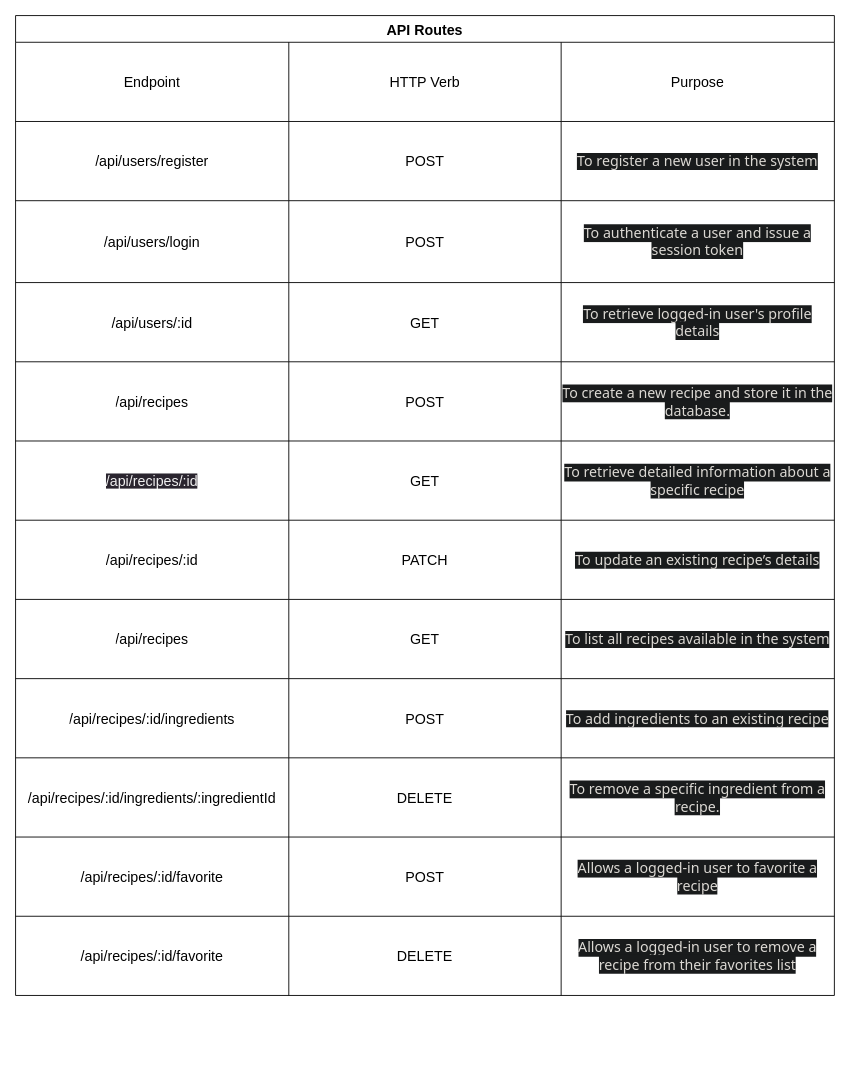
Before: planning/api_routes.drawio in christopherthai/chefmate-ai, a draw.io diagram. Source tidied: cells renumbered, new cells numbered last; positions are measured from the earlier drawing's top-left corner, leaving out a move shared by most shapes. Both pictures are drawn from the tidied source at 89%, with x=0, y=0 at pixel (15, 15).
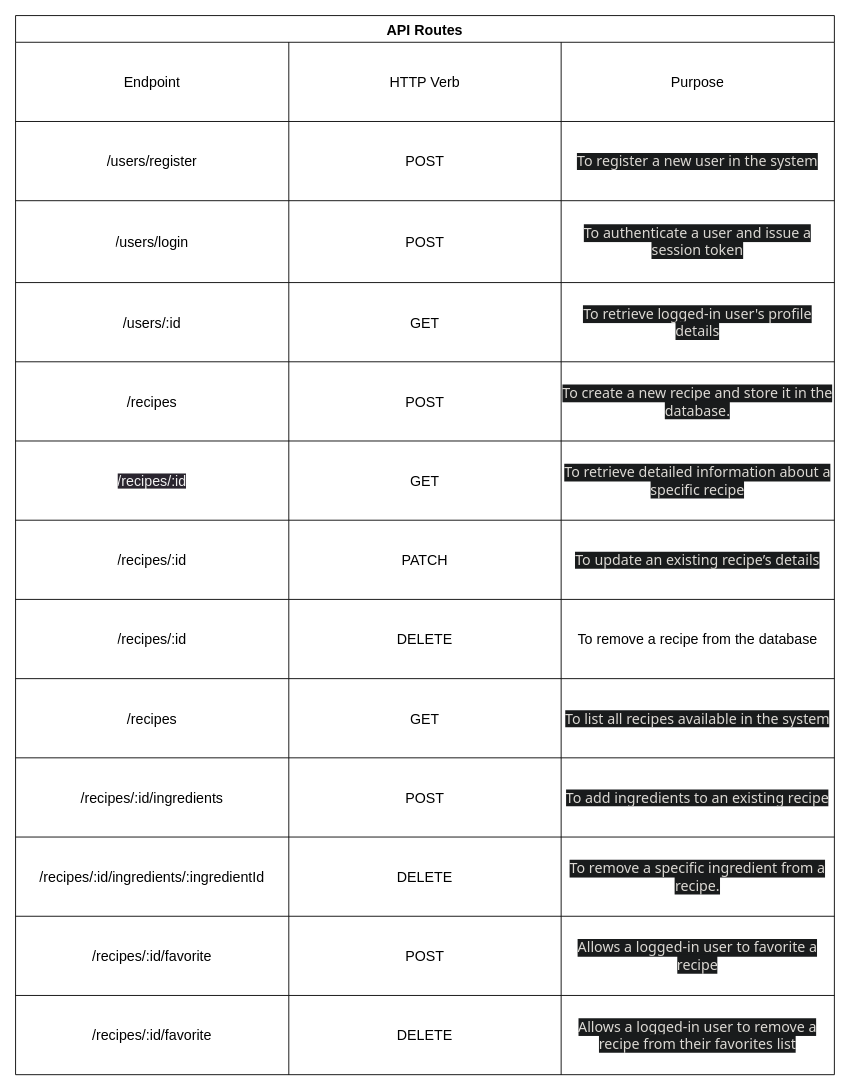
The same diagram, later.

The change refers to these unchanged cells:
```xml
<mxCell id="7" style="shape=tableRow;horizontal=0;startSize=0;swimlaneHead=0;swimlaneBody=0;top=0;left=0;bottom=0;right=0;fillColor=none;" parent="2" vertex="1">
  <mxGeometry y="119" width="920" height="89" as="geometry" />
</mxCell>
<mxCell id="11" style="shape=tableRow;horizontal=0;startSize=0;swimlaneHead=0;swimlaneBody=0;top=0;left=0;bottom=0;right=0;fillColor=none;" parent="2" vertex="1">
  <mxGeometry y="208" width="920" height="92" as="geometry" />
</mxCell>
<mxCell id="15" style="shape=tableRow;horizontal=0;startSize=0;swimlaneHead=0;swimlaneBody=0;top=0;left=0;bottom=0;right=0;fillColor=none;" parent="2" vertex="1">
  <mxGeometry y="300" width="920" height="89" as="geometry" />
</mxCell>
<mxCell id="19" style="shape=tableRow;horizontal=0;startSize=0;swimlaneHead=0;swimlaneBody=0;top=0;left=0;bottom=0;right=0;fillColor=none;" parent="2" vertex="1">
  <mxGeometry y="389" width="920" height="89" as="geometry" />
</mxCell>
<mxCell id="23" style="shape=tableRow;horizontal=0;startSize=0;swimlaneHead=0;swimlaneBody=0;top=0;left=0;bottom=0;right=0;fillColor=none;" parent="2" vertex="1">
  <mxGeometry y="478" width="920" height="89" as="geometry" />
</mxCell>
<mxCell id="27" style="shape=tableRow;horizontal=0;startSize=0;swimlaneHead=0;swimlaneBody=0;top=0;left=0;bottom=0;right=0;fillColor=none;" parent="2" vertex="1">
  <mxGeometry y="567" width="920" height="89" as="geometry" />
</mxCell>
```

The edit, as a diff of the source:
```diff
@@
     <mxCell id="2" value="API Routes" style="shape=table;startSize=30;childLayout=tableLayout;fontStyle=1;align=center;fontSize=16;" parent="1" vertex="1">
-      <mxGeometry width="920" height="1101" as="geometry" />
+      <mxGeometry width="920" height="1190" as="geometry" />
     </mxCell>
@@
-    <mxCell id="8" value="&lt;font style=&quot;font-size: 16px;&quot;&gt;/api/users/register&lt;/font&gt;" style="shape=partialRectangle;html=1;whiteSpace=wrap;fillColor=none;top=0;left=0;bottom=0;right=0;overflow=hidden;" parent="7" vertex="1">
+    <mxCell id="8" value="&lt;font style=&quot;font-size: 16px;&quot;&gt;/users/register&lt;/font&gt;" style="shape=partialRectangle;html=1;whiteSpace=wrap;fillColor=none;top=0;left=0;bottom=0;right=0;overflow=hidden;" parent="7" vertex="1">
       <mxGeometry width="307" height="89" as="geometry" />
     </mxCell>
@@
-    <mxCell id="12" value="&lt;font style=&quot;font-size: 16px;&quot;&gt;/api/users/login&lt;/font&gt;" style="shape=partialRectangle;html=1;whiteSpace=wrap;fillColor=none;top=0;left=0;bottom=0;right=0;overflow=hidden;" parent="11" vertex="1">
+    <mxCell id="12" value="&lt;font style=&quot;font-size: 16px;&quot;&gt;/users/login&lt;/font&gt;" style="shape=partialRectangle;html=1;whiteSpace=wrap;fillColor=none;top=0;left=0;bottom=0;right=0;overflow=hidden;" parent="11" vertex="1">
       <mxGeometry width="307" height="92" as="geometry" />
     </mxCell>
@@
-    <mxCell id="16" value="&lt;font style=&quot;font-size: 16px;&quot;&gt;/api/users/:id&lt;/font&gt;" style="shape=partialRectangle;html=1;whiteSpace=wrap;fillColor=none;top=0;left=0;bottom=0;right=0;overflow=hidden;" parent="15" vertex="1">
+    <mxCell id="16" value="&lt;font style=&quot;font-size: 16px;&quot;&gt;/users/:id&lt;/font&gt;" style="shape=partialRectangle;html=1;whiteSpace=wrap;fillColor=none;top=0;left=0;bottom=0;right=0;overflow=hidden;" parent="15" vertex="1">
       <mxGeometry width="307" height="89" as="geometry" />
     </mxCell>
@@
-    <mxCell id="20" value="&lt;font style=&quot;font-size: 16px;&quot;&gt;/api/recipes&lt;/font&gt;" style="shape=partialRectangle;html=1;whiteSpace=wrap;fillColor=none;top=0;left=0;bottom=0;right=0;overflow=hidden;" parent="19" vertex="1">
+    <mxCell id="20" value="&lt;font style=&quot;font-size: 16px;&quot;&gt;/recipes&lt;/font&gt;" style="shape=partialRectangle;html=1;whiteSpace=wrap;fillColor=none;top=0;left=0;bottom=0;right=0;overflow=hidden;" parent="19" vertex="1">
       <mxGeometry width="307" height="89" as="geometry" />
     </mxCell>
@@
-    <mxCell id="24" value="&lt;span style=&quot;color: rgb(240, 240, 240); font-family: Helvetica; font-size: 16px; font-style: normal; font-variant-ligatures: normal; font-variant-caps: normal; font-weight: 400; letter-spacing: normal; orphans: 2; text-align: center; text-indent: 0px; text-transform: none; widows: 2; word-spacing: 0px; -webkit-text-stroke-width: 0px; background-color: rgb(42, 37, 47); text-decoration-thickness: initial; text-decoration-style: initial; text-decoration-color: initial; float: none; display: inline !important;&quot;&gt;/api/recipes/:id&lt;/span&gt;" style="shape=partialRectangle;html=1;whiteSpace=wrap;fillColor=none;top=0;left=0;bottom=0;right=0;overflow=hidden;" parent="23" vertex="1">
+    <mxCell id="24" value="&lt;span style=&quot;color: rgb(240, 240, 240); font-family: Helvetica; font-size: 16px; font-style: normal; font-variant-ligatures: normal; font-variant-caps: normal; font-weight: 400; letter-spacing: normal; orphans: 2; text-align: center; text-indent: 0px; text-transform: none; widows: 2; word-spacing: 0px; -webkit-text-stroke-width: 0px; background-color: rgb(42, 37, 47); text-decoration-thickness: initial; text-decoration-style: initial; text-decoration-color: initial; float: none; display: inline !important;&quot;&gt;/recipes/:id&lt;/span&gt;" style="shape=partialRectangle;html=1;whiteSpace=wrap;fillColor=none;top=0;left=0;bottom=0;right=0;overflow=hidden;" parent="23" vertex="1">
       <mxGeometry width="307" height="89" as="geometry" />
     </mxCell>
@@
-    <mxCell id="28" value="&lt;span style=&quot;font-size: 16px;&quot;&gt;/api/recipes/:id&lt;/span&gt;" style="shape=partialRectangle;html=1;whiteSpace=wrap;fillColor=none;top=0;left=0;bottom=0;right=0;overflow=hidden;" parent="27" vertex="1">
+    <mxCell id="28" value="&lt;span style=&quot;font-size: 16px;&quot;&gt;/recipes/:id&lt;/span&gt;" style="shape=partialRectangle;html=1;whiteSpace=wrap;fillColor=none;top=0;left=0;bottom=0;right=0;overflow=hidden;" parent="27" vertex="1">
       <mxGeometry width="307" height="89" as="geometry" />
     </mxCell>
@@
+    <mxCell id="51" style="shape=tableRow;horizontal=0;startSize=0;swimlaneHead=0;swimlaneBody=0;top=0;left=0;bottom=0;right=0;fillColor=none;" parent="2" vertex="1">
+      <mxGeometry y="656" width="920" height="89" as="geometry" />
+    </mxCell>
+    <mxCell id="52" value="&lt;span style=&quot;font-size: 16px;&quot;&gt;/recipes/:id&lt;/span&gt;" style="shape=partialRectangle;html=1;whiteSpace=wrap;fillColor=none;top=0;left=0;bottom=0;right=0;overflow=hidden;" parent="51" vertex="1">
+      <mxGeometry width="307" height="89" as="geometry" />
+    </mxCell>
+    <mxCell id="53" value="&lt;span style=&quot;font-size: 16px;&quot;&gt;DELETE&lt;/span&gt;" style="shape=partialRectangle;html=1;whiteSpace=wrap;fillColor=none;top=0;left=0;bottom=0;right=0;overflow=hidden;" parent="51" vertex="1">
+      <mxGeometry x="307" width="306" height="89" as="geometry" />
+    </mxCell>
+    <mxCell id="54" value="&lt;font style=&quot;font-size: 16px;&quot;&gt;To remove a recipe from the database&lt;/font&gt;" style="shape=partialRectangle;html=1;whiteSpace=wrap;fillColor=none;top=0;left=0;bottom=0;right=0;overflow=hidden;" parent="51" vertex="1">
+      <mxGeometry x="613" width="307" height="89" as="geometry" />
+    </mxCell>
     <mxCell id="31" style="shape=tableRow;horizontal=0;startSize=0;swimlaneHead=0;swimlaneBody=0;top=0;left=0;bottom=0;right=0;fillColor=none;" parent="2" vertex="1">
-      <mxGeometry y="656" width="920" height="89" as="geometry" />
+      <mxGeometry y="745" width="920" height="89" as="geometry" />
     </mxCell>
-    <mxCell id="32" value="&lt;span style=&quot;font-size: 16px;&quot;&gt;/api/recipes&lt;/span&gt;" style="shape=partialRectangle;html=1;whiteSpace=wrap;fillColor=none;top=0;left=0;bottom=0;right=0;overflow=hidden;" parent="31" vertex="1">
+    <mxCell id="32" value="&lt;span style=&quot;font-size: 16px;&quot;&gt;/recipes&lt;/span&gt;" style="shape=partialRectangle;html=1;whiteSpace=wrap;fillColor=none;top=0;left=0;bottom=0;right=0;overflow=hidden;" parent="31" vertex="1">
       <mxGeometry width="307" height="89" as="geometry" />
     </mxCell>
@@
     <mxCell id="35" style="shape=tableRow;horizontal=0;startSize=0;swimlaneHead=0;swimlaneBody=0;top=0;left=0;bottom=0;right=0;fillColor=none;" parent="2" vertex="1">
-      <mxGeometry y="745" width="920" height="89" as="geometry" />
+      <mxGeometry y="834" width="920" height="89" as="geometry" />
     </mxCell>
-    <mxCell id="36" value="&lt;span style=&quot;font-size: 16px;&quot;&gt;/api/recipes/:id/ingredients&lt;/span&gt;" style="shape=partialRectangle;html=1;whiteSpace=wrap;fillColor=none;top=0;left=0;bottom=0;right=0;overflow=hidden;" parent="35" vertex="1">
+    <mxCell id="36" value="&lt;span style=&quot;font-size: 16px;&quot;&gt;/recipes/:id/ingredients&lt;/span&gt;" style="shape=partialRectangle;html=1;whiteSpace=wrap;fillColor=none;top=0;left=0;bottom=0;right=0;overflow=hidden;" parent="35" vertex="1">
       <mxGeometry width="307" height="89" as="geometry" />
     </mxCell>
@@
     <mxCell id="39" style="shape=tableRow;horizontal=0;startSize=0;swimlaneHead=0;swimlaneBody=0;top=0;left=0;bottom=0;right=0;fillColor=none;" parent="2" vertex="1">
-      <mxGeometry y="834" width="920" height="89" as="geometry" />
+      <mxGeometry y="923" width="920" height="89" as="geometry" />
     </mxCell>
-    <mxCell id="40" value="&lt;span style=&quot;font-size: 16px;&quot;&gt;/api/recipes/:id/ingredients/:ingredientId&lt;/span&gt;" style="shape=partialRectangle;html=1;whiteSpace=wrap;fillColor=none;top=0;left=0;bottom=0;right=0;overflow=hidden;" parent="39" vertex="1">
+    <mxCell id="40" value="&lt;span style=&quot;font-size: 16px;&quot;&gt;/recipes/:id/ingredients/:ingredientId&lt;/span&gt;" style="shape=partialRectangle;html=1;whiteSpace=wrap;fillColor=none;top=0;left=0;bottom=0;right=0;overflow=hidden;" parent="39" vertex="1">
       <mxGeometry width="307" height="89" as="geometry" />
     </mxCell>
@@
     <mxCell id="43" style="shape=tableRow;horizontal=0;startSize=0;swimlaneHead=0;swimlaneBody=0;top=0;left=0;bottom=0;right=0;fillColor=none;" parent="2" vertex="1">
-      <mxGeometry y="923" width="920" height="89" as="geometry" />
+      <mxGeometry y="1012" width="920" height="89" as="geometry" />
     </mxCell>
-    <mxCell id="44" value="&lt;span style=&quot;font-size: 16px;&quot;&gt;/api/recipes/:id/favorite&lt;/span&gt;" style="shape=partialRectangle;html=1;whiteSpace=wrap;fillColor=none;top=0;left=0;bottom=0;right=0;overflow=hidden;" parent="43" vertex="1">
+    <mxCell id="44" value="&lt;span style=&quot;font-size: 16px;&quot;&gt;/recipes/:id/favorite&lt;/span&gt;" style="shape=partialRectangle;html=1;whiteSpace=wrap;fillColor=none;top=0;left=0;bottom=0;right=0;overflow=hidden;" parent="43" vertex="1">
       <mxGeometry width="307" height="89" as="geometry" />
     </mxCell>
@@
     <mxCell id="47" style="shape=tableRow;horizontal=0;startSize=0;swimlaneHead=0;swimlaneBody=0;top=0;left=0;bottom=0;right=0;fillColor=none;" parent="2" vertex="1">
-      <mxGeometry y="1012" width="920" height="89" as="geometry" />
+      <mxGeometry y="1101" width="920" height="89" as="geometry" />
     </mxCell>
-    <mxCell id="48" value="&lt;span style=&quot;font-size: 16px;&quot;&gt;/api/recipes/:id/favorite&lt;/span&gt;" style="shape=partialRectangle;html=1;whiteSpace=wrap;fillColor=none;top=0;left=0;bottom=0;right=0;overflow=hidden;" parent="47" vertex="1">
+    <mxCell id="48" value="&lt;span style=&quot;font-size: 16px;&quot;&gt;/recipes/:id/favorite&lt;/span&gt;" style="shape=partialRectangle;html=1;whiteSpace=wrap;fillColor=none;top=0;left=0;bottom=0;right=0;overflow=hidden;" parent="47" vertex="1">
       <mxGeometry width="307" height="89" as="geometry" />
     </mxCell>
```
